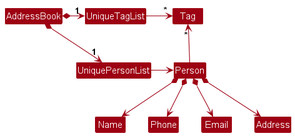
The PlantUML diagram docs/images/BetterModelClassDiagram.png in nus-cs2103-AY2324S2/tp, before a commit.
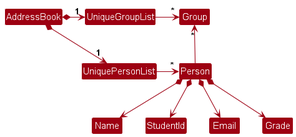
The same file after the commit.

Commit message:
Update UML image in DeveloperGuide

Change to the diagram source:
```diff
@@ -5,17 +5,17 @@
 skinparam classBackgroundColor MODEL_COLOR
 
 AddressBook *-right-> "1" UniquePersonList
-AddressBook *-right-> "1" UniqueTagList
-UniqueTagList -[hidden]down- UniquePersonList
-UniqueTagList -[hidden]down- UniquePersonList
+AddressBook *-right-> "1" UniqueGroupList
+UniqueGroupList -[hidden]down- UniquePersonList
+UniqueGroupList -[hidden]down- UniquePersonList
 
-UniqueTagList -right-> "*" Tag
-UniquePersonList -right-> Person
+UniqueGroupList -right-> "*" Group
+UniquePersonList -right-> "*" Person
 
-Person -up-> "*" Tag
+Person -up-> "*" Group
 
 Person *--> Name
-Person *--> Phone
+Person *--> StudentId
 Person *--> Email
-Person *--> Address
+Person *--> Grade
 @enduml
```
